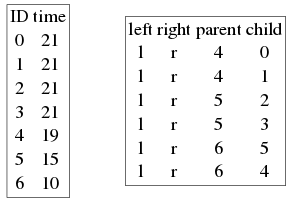
The Graphviz diagram doc/images/tables.png in molpopgen/fwdpy11, before a commit. Its source is kept beside it as doc/images/tables.dot. Its diagram source:
```dot
digraph NH {
rankdir=LR;
NodeTable [
    pos="0,0!",
    fontsize=32,
    shape=plaintext
    label=<


    <table border='1' cellborder='0'>
        <tr><td>ID</td><td>time</td></tr>
        <tr><td>0</td><td>21</td></tr>
        <tr><td>1</td><td>21</td></tr>
        <tr><td>2</td><td>21</td></tr>
        <tr><td>3</td><td>21</td></tr>
        <tr><td>4</td><td>19</td></tr>
        <tr><td>5</td><td>15</td></tr>
        <tr><td>6</td><td>10</td></tr>
    </table>

    >
];

EdgeTable [
    pos="4,0!",
    fontsize=32,
    shape=plain
    label=<
    <table border='1' cellborder='0'>
        <tr><td>left</td><td>right</td><td>parent</td><td>child</td></tr>
        <tr><td>l</td><td>r</td><td>4</td><td>0</td></tr>
        <tr><td>l</td><td>r</td><td>4</td><td>1</td></tr>
        <tr><td>l</td><td>r</td><td>5</td><td>2</td></tr>
        <tr><td>l</td><td>r</td><td>5</td><td>3</td></tr>
        <tr><td>l</td><td>r</td><td>6</td><td>5</td></tr>
        <tr><td>l</td><td>r</td><td>6</td><td>4</td></tr>
    </table>

    >
]


}

```
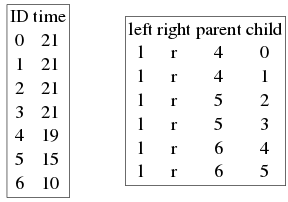
The same file after the commit.

Commit message:
fix edge table in manual

Diff of the diagram source:
```diff
@@ -32,8 +32,8 @@
         <tr><td>l</td><td>r</td><td>4</td><td>1</td></tr>
         <tr><td>l</td><td>r</td><td>5</td><td>2</td></tr>
         <tr><td>l</td><td>r</td><td>5</td><td>3</td></tr>
+        <tr><td>l</td><td>r</td><td>6</td><td>4</td></tr>
         <tr><td>l</td><td>r</td><td>6</td><td>5</td></tr>
-        <tr><td>l</td><td>r</td><td>6</td><td>4</td></tr>
     </table>
 
     >
```
